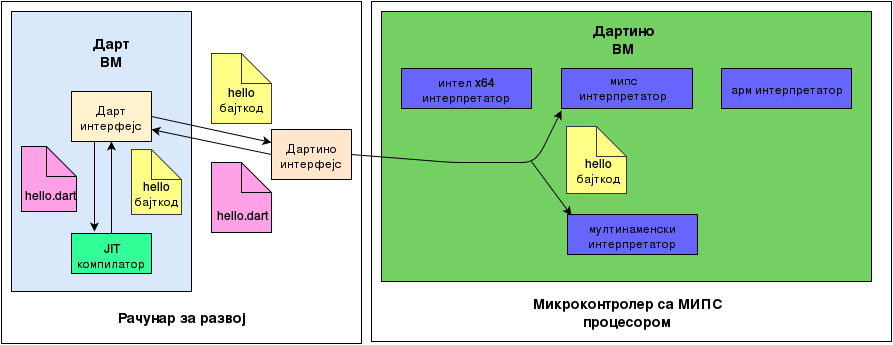
Above: dartidartino1.png in StefanaCerovina/MasterRad (draw.io), before the change. Source tidied: cells renumbered, new cells last; positions are measured from the earlier drawing's top-left corner, leaving out a move shared by most shapes.
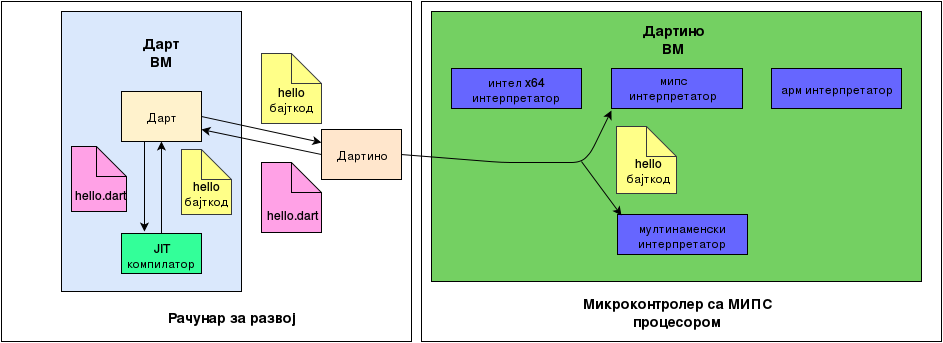
Above is the later version.

Change to the diagram source:
```diff
@@ -53,7 +53,7 @@
     <mxCell id="18" value="интел x64 интерпретатор&lt;br&gt;" style="whiteSpace=wrap;html=1;strokeColor=#000000;fillColor=#6666FF;gradientColor=#6666FF;" parent="1" vertex="1">
       <mxGeometry x="400" y="67" width="130" height="40" as="geometry" />
     </mxCell>
-    <mxCell id="19" value="Дартино интерфејс&lt;br&gt;" style="whiteSpace=wrap;html=1;strokeColor=#000000;fillColor=#ffe6cc;" parent="1" vertex="1">
+    <mxCell id="19" value="Дартино &lt;br&gt;" style="whiteSpace=wrap;html=1;strokeColor=#000000;fillColor=#ffe6cc;" parent="1" vertex="1">
       <mxGeometry x="270" y="128" width="80" height="50" as="geometry" />
     </mxCell>
     <mxCell id="20" value="&lt;font style=&quot;font-size: 14px&quot;&gt;&lt;b&gt;Микроконтролер са МИПС процесором&lt;br&gt;&lt;/b&gt;&lt;/font&gt;" style="text;html=1;strokeColor=none;fillColor=none;align=center;verticalAlign=middle;whiteSpace=wrap;" parent="1" vertex="1">
@@ -82,7 +82,7 @@
     <mxCell id="25" style="edgeStyle=orthogonalEdgeStyle;rounded=0;html=1;exitX=0.5;exitY=1;jettySize=auto;orthogonalLoop=1;" parent="1" edge="1" source="10" target="10">
       <mxGeometry relative="1" as="geometry" />
     </mxCell>
-    <mxCell id="26" value="Дарт интерфејс&lt;br&gt;" style="whiteSpace=wrap;html=1;strokeColor=#000000;fillColor=#fff2cc;" parent="1" vertex="1">
+    <mxCell id="26" value="Дарт &lt;br&gt;" style="whiteSpace=wrap;html=1;strokeColor=#000000;fillColor=#fff2cc;" parent="1" vertex="1">
       <mxGeometry x="70" y="90" width="80" height="50" as="geometry" />
     </mxCell>
     <mxCell id="27" style="endArrow=classic;html=1;" parent="1" edge="1">
@@ -106,14 +106,14 @@
     <mxCell id="32" style="endArrow=classic;html=1;exitX=0.5;exitY=0;entryX=0.5;entryY=1;" parent="1" edge="1" source="12" target="26">
       <mxGeometry relative="1" as="geometry" />
     </mxCell>
-    <mxCell id="33" style="whiteSpace=wrap;html=1;strokeColor=#000000;fillColor=none;gradientColor=#33FF99;" parent="1" vertex="1">
-      <mxGeometry width="360" height="342" as="geometry" />
-    </mxCell>
     <mxCell id="34" style="whiteSpace=wrap;html=1;strokeColor=#000000;fillColor=none;gradientColor=#33FF99;" parent="1" vertex="1">
       <mxGeometry x="370" width="520" height="340" as="geometry" />
     </mxCell>
     <mxCell id="35" value="&lt;font style=&quot;font-size: 14px;&quot;&gt;&lt;b&gt;Рачунар за развој&lt;/b&gt;&lt;/font&gt;" style="text;html=1;" parent="1" vertex="1">
       <mxGeometry x="115" y="300" width="150" height="30" as="geometry" />
     </mxCell>
+    <mxCell id="36" style="whiteSpace=wrap;html=1;strokeColor=#000000;fillColor=none;gradientColor=#33FF99;" parent="1" vertex="1">
+      <mxGeometry x="-50" width="410" height="340" as="geometry" />
+    </mxCell>
   </root>
 </mxGraphModel>
```
